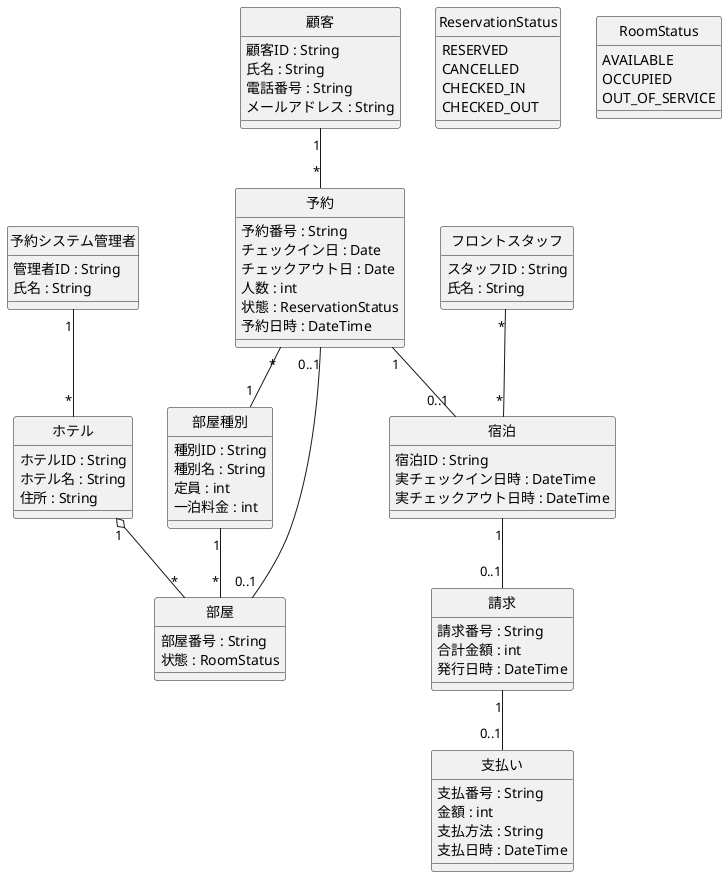
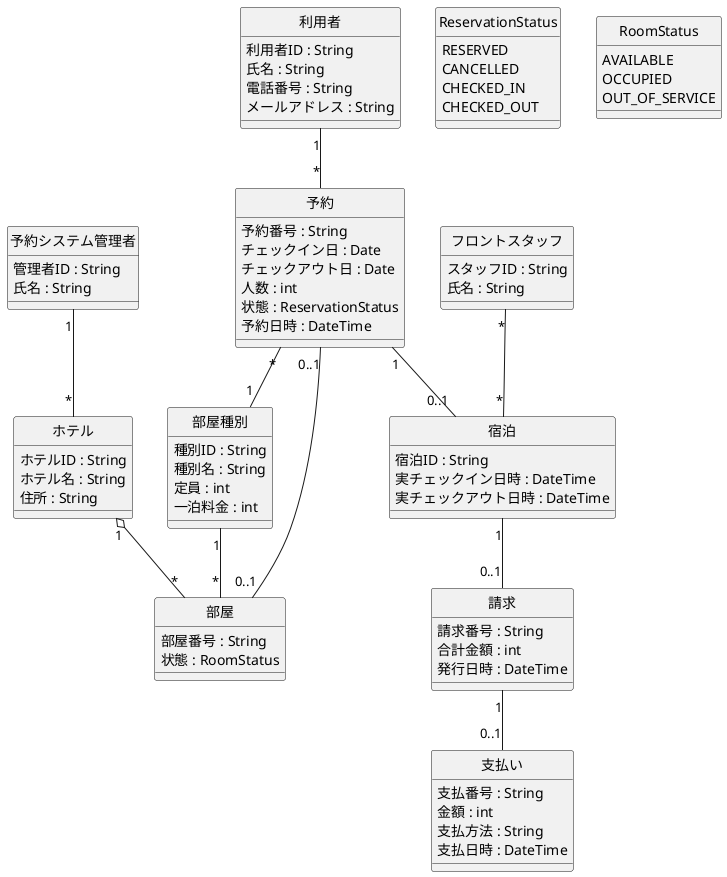
@startuml domain_class
' ============================================================
' HRS 概念クラス図（演習1 / ドメイン分析）日本語・型つき版
' 設計クラス図に合わせて更新（フロントスタッフ／予約システム管理者を分離）
'
' 概念レベルなので、操作（メソッド）と誘導可能性（矢印）は描かない。
' 状態は列挙を型として指す（点線の依存は描かない）。
' ============================================================

skinparam classAttributeIconSize 0
hide circle

- class 顧客 {
-   顧客ID : String
+ class 利用者 {
+   利用者ID : String
  氏名 : String
  電話番号 : String
  メールアドレス : String
}

class 予約システム管理者 {
  管理者ID : String
  氏名 : String
}

class フロントスタッフ {
  スタッフID : String
  氏名 : String
}

class ホテル {
  ホテルID : String
  ホテル名 : String
  住所 : String
}

class 部屋種別 {
  種別ID : String
  種別名 : String
  定員 : int
  一泊料金 : int
}

class 部屋 {
  部屋番号 : String
  状態 : RoomStatus
}

class 予約 {
  予約番号 : String
  チェックイン日 : Date
  チェックアウト日 : Date
  人数 : int
  状態 : ReservationStatus
  予約日時 : DateTime
}

class 宿泊 {
  宿泊ID : String
  実チェックイン日時 : DateTime
  実チェックアウト日時 : DateTime
}

class 請求 {
  請求番号 : String
  合計金額 : int
  発行日時 : DateTime
}

class 支払い {
  支払番号 : String
  金額 : int
  支払方法 : String
  支払日時 : DateTime
}

enum ReservationStatus {
  RESERVED
  CANCELLED
  CHECKED_IN
  CHECKED_OUT
}

enum RoomStatus {
  AVAILABLE
  OCCUPIED
  OUT_OF_SERVICE
}

' ============================================================
' 関係と多重度（概念レベルなので向きは付けない）
' ============================================================
ホテル              "1"    o-- "*"    部屋
部屋種別            "1"    --  "*"    部屋
- 顧客                "1"    --  "*"    予約
+ 利用者                "1"    --  "*"    予約
予約                "*"    --  "1"    部屋種別
予約                "0..1" --  "0..1" 部屋
予約                "1"    --  "0..1" 宿泊
宿泊                "1"    --  "0..1" 請求
請求                "1"    --  "0..1" 支払い
予約システム管理者  "1"    --  "*"    ホテル
フロントスタッフ    "*"    --  "*"    宿泊

@enduml
